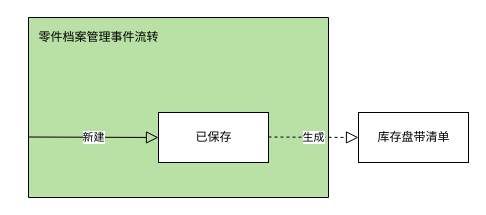
Before: page "零件档案管理-事件图" (3 of 4) of 库存管理-零件档案管理.drawio in 1132489442/gitRepository1, a draw.io diagram. Source tidied: cells renumbered, new cells numbered last; positions are measured from the earlier drawing's top-left corner, leaving out a move shared by most shapes. Both pictures are drawn from the tidied source at 100%, with x=0, y=0 at pixel (28, 17).
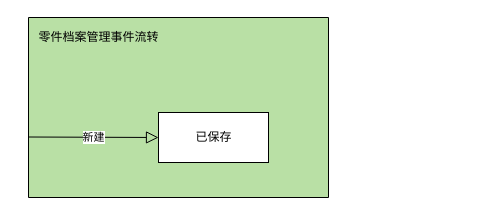
After the change.

Diff of the diagram source:
```diff
@@
 <mxGraphModel>
   <root>
     <mxCell id="0" />
     <mxCell id="1" parent="0" />
     <mxCell id="2" style="verticalLabelPosition=bottom;verticalAlign=top;html=1;shape=mxgraph.basic.rect;fillColor2=none;strokeWidth=1;size=20;indent=5;fillColor=#B9E0A5;" parent="1" vertex="1">
       <mxGeometry width="300" height="180" as="geometry" />
     </mxCell>
     <mxCell id="3" value="零件档案管理事件流转" style="text;html=1;align=center;verticalAlign=middle;strokeColor=none;fillColor=none;" parent="1" vertex="1">
       <mxGeometry y="10" width="140" height="20" as="geometry" />
     </mxCell>
     <mxCell id="4" value="新建" style="endArrow=block;endSize=10;endFill=0;html=1;rounded=0;" parent="1" edge="1">
       <mxGeometry relative="1" as="geometry">
         <mxPoint y="119.5" as="sourcePoint" />
         <mxPoint x="130" y="120" as="targetPoint" />
       </mxGeometry>
     </mxCell>
     <mxCell id="5" value="已保存" style="html=1;fillColor=#FFFFFF;" parent="1" vertex="1">
       <mxGeometry x="130" y="95" width="110" height="50" as="geometry" />
     </mxCell>
-    <mxCell id="6" value="库存盘带清单" style="html=1;fillColor=#FFFFFF;" parent="1" vertex="1">
-      <mxGeometry x="330" y="95" width="110" height="50" as="geometry" />
-    </mxCell>
-    <mxCell id="7" value="生成" style="endArrow=block;endSize=10;endFill=0;html=1;rounded=0;dashed=1;" parent="1" edge="1">
-      <mxGeometry relative="1" as="geometry">
-        <mxPoint x="240" y="119.5" as="sourcePoint" />
-        <mxPoint x="330" y="120" as="targetPoint" />
-      </mxGeometry>
-    </mxCell>
   </root>
 </mxGraphModel>
```
